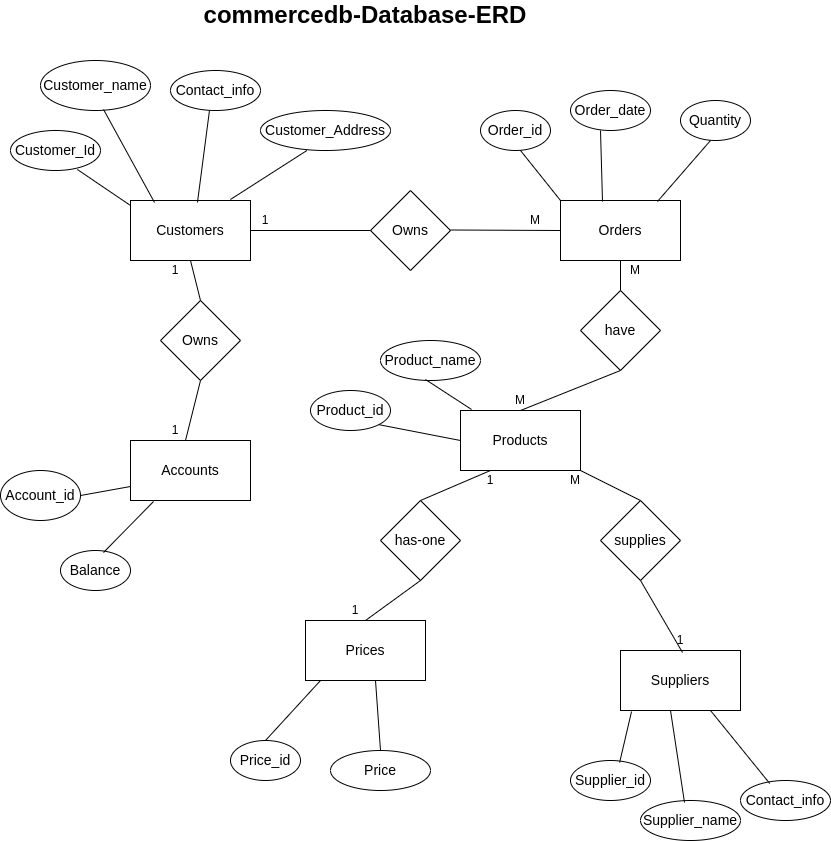
Earlier version of the draw.io export database-model-design/PostgreSQL-performance-optimization-erd.drawio.png (enaburekhan/PostgreSQL-Performance-Optimization-for-Big-Data-Applications). Source tidied: cells renumbered, new cells last; positions are measured from the earlier drawing's top-left corner, leaving out a move shared by most shapes.
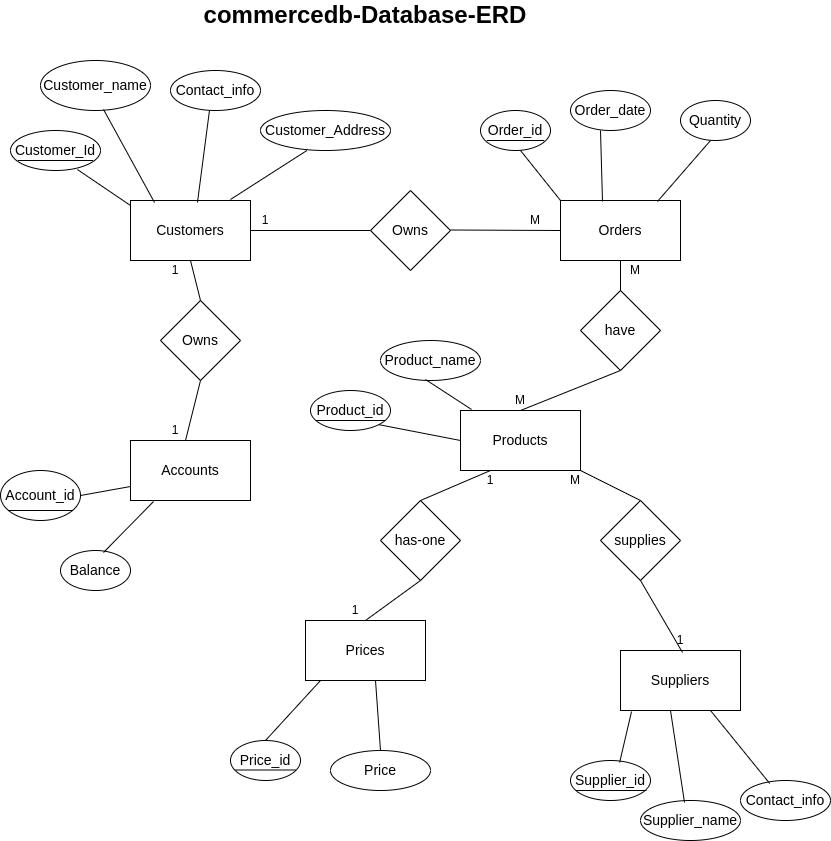
Later version of the same file.

Commit message:
Up[date erd diagram

The edit, as a diff of the source:
```diff
@@ -230,5 +230,39 @@
     <mxCell id="65" value="&lt;b&gt;&lt;font style=&quot;font-size: 24px;&quot;&gt;commercedb-Database-ERD&lt;/font&gt;&lt;/b&gt;" style="text;html=1;align=center;verticalAlign=middle;whiteSpace=wrap;rounded=0;" parent="1" vertex="1">
       <mxGeometry x="200" width="330" height="30" as="geometry" />
     </mxCell>
+    <mxCell id="66" style="endArrow=none;html=1;rounded=0;entryX=0.95;entryY=0.75;entryDx=0;entryDy=0;entryPerimeter=0;" parent="1" edge="1" target="31">
+      <mxGeometry relative="1" as="geometry">
+        <mxPoint x="575" y="790" as="sourcePoint" />
+      </mxGeometry>
+    </mxCell>
+    <mxCell id="67" style="endArrow=none;html=1;rounded=0;" parent="1" edge="1">
+      <mxGeometry relative="1" as="geometry">
+        <mxPoint x="17.5" y="160" as="sourcePoint" />
+        <mxPoint x="92.5" y="160" as="targetPoint" />
+      </mxGeometry>
+    </mxCell>
+    <mxCell id="68" style="endArrow=none;html=1;rounded=0;" parent="1" edge="1">
+      <mxGeometry relative="1" as="geometry">
+        <mxPoint x="486.2" y="140" as="sourcePoint" />
+        <mxPoint x="543.8" y="140" as="targetPoint" />
+      </mxGeometry>
+    </mxCell>
+    <mxCell id="69" style="endArrow=none;html=1;rounded=0;" parent="1" edge="1">
+      <mxGeometry relative="1" as="geometry">
+        <mxPoint x="7.5" y="510" as="sourcePoint" />
+        <mxPoint x="72.5" y="510" as="targetPoint" />
+      </mxGeometry>
+    </mxCell>
+    <mxCell id="70" style="endArrow=none;html=1;rounded=0;exitX=0.063;exitY=0.75;exitDx=0;exitDy=0;exitPerimeter=0;" parent="1" edge="1" source="36">
+      <mxGeometry relative="1" as="geometry">
+        <mxPoint x="385" y="420" as="targetPoint" />
+      </mxGeometry>
+    </mxCell>
+    <mxCell id="71" style="endArrow=none;html=1;rounded=0;entryX=0.929;entryY=0.7;entryDx=0;entryDy=0;entryPerimeter=0;" parent="1" edge="1">
+      <mxGeometry relative="1" as="geometry">
+        <mxPoint x="234.5" y="769.5" as="sourcePoint" />
+        <mxPoint x="295.5" y="769.5" as="targetPoint" />
+      </mxGeometry>
+    </mxCell>
   </root>
 </mxGraphModel>
```
